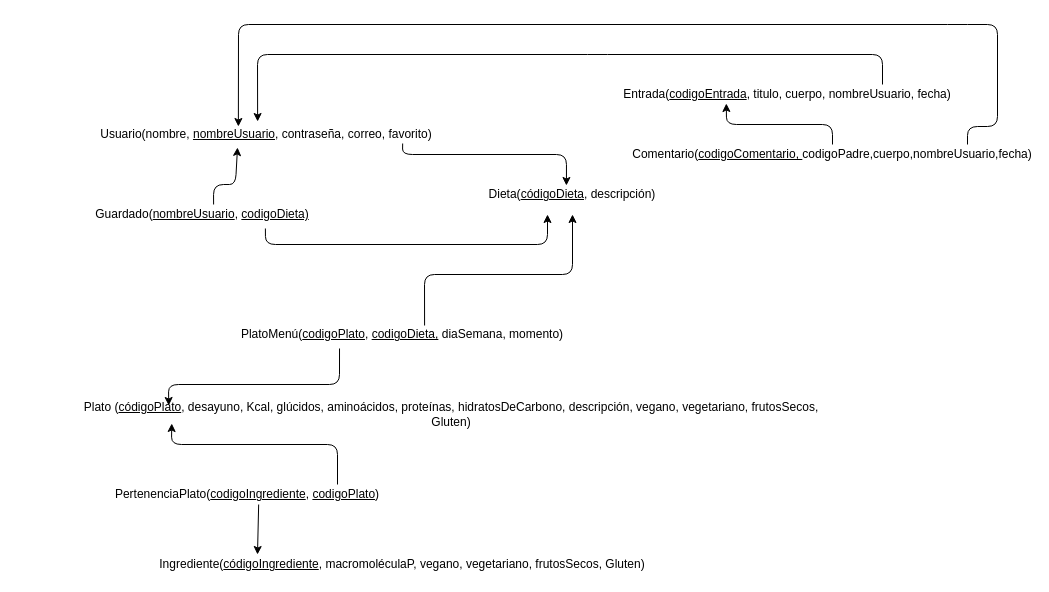
Earlier version of the draw.io diagram diagramaRelacional.drawio (HylianPablo/SSW2020). Source tidied: cells renumbered, new cells numbered last; positions are measured from the earlier drawing's top-left corner, leaving out a move shared by most shapes. Both pictures are drawn from the tidied source at 100%, with x=0, y=0 at pixel (17, 24).
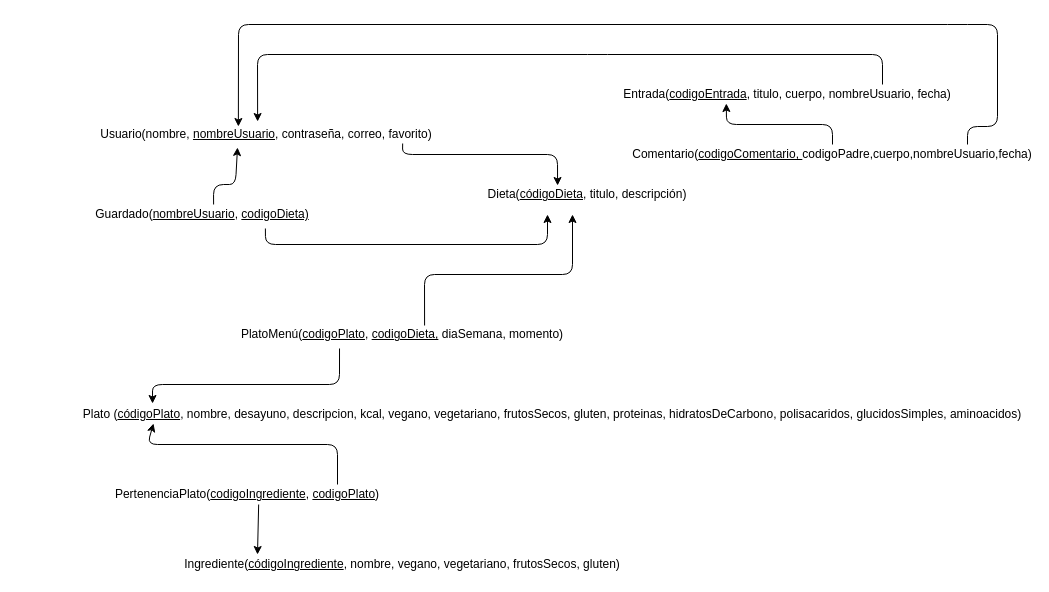
The same page after the edit.

The change refers to these unchanged cells:
```xml
<mxCell id="2" value="Usuario(nombre, &lt;u&gt;nombreUsuario&lt;/u&gt;, contraseña, correo, favorito)" style="text;html=1;strokeColor=none;fillColor=none;align=center;verticalAlign=middle;whiteSpace=wrap;rounded=0;" parent="1" vertex="1">
  <mxGeometry x="64" y="100" width="370" height="20" as="geometry" />
</mxCell>
<mxCell id="7" value="PertenenciaPlato(&lt;u&gt;codigoIngrediente&lt;/u&gt;, &lt;u&gt;codigoPlato&lt;/u&gt;)" style="text;html=1;strokeColor=none;fillColor=none;align=center;verticalAlign=middle;whiteSpace=wrap;rounded=0;" parent="1" vertex="1">
  <mxGeometry x="50" y="460" width="360" height="20" as="geometry" />
</mxCell>
<mxCell id="8" value="PlatoMenú(&lt;u&gt;codigoPlato&lt;/u&gt;, &lt;u&gt;codigoDieta,&lt;/u&gt;&amp;nbsp;diaSemana, momento)" style="text;html=1;strokeColor=none;fillColor=none;align=center;verticalAlign=middle;whiteSpace=wrap;rounded=0;" parent="1" vertex="1">
  <mxGeometry x="150" y="300" width="470" height="20" as="geometry" />
</mxCell>
```

Change to the diagram source:
```diff
@@
-    <mxCell id="3" value="Plato (&lt;u&gt;códigoPlato&lt;/u&gt;, desayuno, Kcal, glúcidos, aminoácidos, proteínas, hidratosDeCarbono, descripción, vegano, vegetariano, frutosSecos, Gluten)" style="text;html=1;strokeColor=none;fillColor=none;align=center;verticalAlign=middle;whiteSpace=wrap;rounded=0;" parent="1" vertex="1">
-      <mxGeometry x="59" y="380" width="750" height="20" as="geometry" />
+    <mxCell id="3" value="Plato (&lt;u&gt;códigoPlato&lt;/u&gt;, nombre, desayuno, descripcion, kcal, vegano, vegetariano, frutosSecos, gluten, proteinas, hidratosDeCarbono, polisacaridos, glucidosSimples, aminoacidos)" style="text;html=1;strokeColor=none;fillColor=none;align=center;verticalAlign=middle;whiteSpace=wrap;rounded=0;" parent="1" vertex="1">
+      <mxGeometry x="60" y="380" width="950" height="20" as="geometry" />
     </mxCell>
-    <mxCell id="4" value="Ingrediente(&lt;u&gt;códigoIngrediente&lt;/u&gt;, macromoléculaP, vegano, vegetariano, frutosSecos, Gluten)" style="text;html=1;strokeColor=none;fillColor=none;align=center;verticalAlign=middle;whiteSpace=wrap;rounded=0;" parent="1" vertex="1">
+    <mxCell id="4" value="Ingrediente(&lt;u&gt;códigoIngrediente&lt;/u&gt;, nombre, vegano, vegetariano, frutosSecos, gluten)" style="text;html=1;strokeColor=none;fillColor=none;align=center;verticalAlign=middle;whiteSpace=wrap;rounded=0;" parent="1" vertex="1">
       <mxGeometry x="95" y="530" width="580" height="20" as="geometry" />
     </mxCell>
-    <mxCell id="5" value="Dieta(&lt;u&gt;códigoDieta&lt;/u&gt;, descripción)" style="text;html=1;strokeColor=none;fillColor=none;align=center;verticalAlign=middle;whiteSpace=wrap;rounded=0;" parent="1" vertex="1">
-      <mxGeometry x="460" y="160" width="190" height="20" as="geometry" />
+    <mxCell id="5" value="Dieta(&lt;u&gt;códigoDieta&lt;/u&gt;, titulo, descripción)" style="text;html=1;strokeColor=none;fillColor=none;align=center;verticalAlign=middle;whiteSpace=wrap;rounded=0;" parent="1" vertex="1">
+      <mxGeometry x="460" y="160" width="220" height="20" as="geometry" />
     </mxCell>
@@
-    <mxCell id="11" style="endArrow=classic;html=1;entryX=0.123;entryY=0.05;entryDx=0;entryDy=0;entryPerimeter=0;exitX=0.366;exitY=1.2;exitDx=0;exitDy=0;exitPerimeter=0;" parent="1" edge="1" source="8" target="3">
+    <mxCell id="11" style="endArrow=classic;html=1;entryX=0.079;entryY=-0.05;entryDx=0;entryDy=0;entryPerimeter=0;exitX=0.366;exitY=1.2;exitDx=0;exitDy=0;exitPerimeter=0;" parent="1" edge="1" source="8" target="3">
       <mxGeometry relative="1" as="geometry">
         <Array as="points">
           <mxPoint x="322" y="360" />
-          <mxPoint x="151" y="360" />
+          <mxPoint x="135" y="360" />
         </Array>
       </mxGeometry>
     </mxCell>
@@
-    <mxCell id="13" style="endArrow=classic;html=1;entryX=0.127;entryY=0.95;entryDx=0;entryDy=0;entryPerimeter=0;exitX=0.75;exitY=0;exitDx=0;exitDy=0;" parent="1" edge="1" source="7" target="3">
+    <mxCell id="13" style="endArrow=classic;html=1;entryX=0.08;entryY=0.95;entryDx=0;entryDy=0;entryPerimeter=0;exitX=0.75;exitY=0;exitDx=0;exitDy=0;" parent="1" edge="1" source="7" target="3">
       <mxGeometry relative="1" as="geometry">
         <Array as="points">
           <mxPoint x="320" y="420" />
-          <mxPoint x="154" y="420" />
+          <mxPoint x="130" y="420" />
         </Array>
       </mxGeometry>
     </mxCell>
@@
-    <mxCell id="15" style="endArrow=classic;html=1;exitX=0.868;exitY=0.95;exitDx=0;exitDy=0;exitPerimeter=0;entryX=0.468;entryY=0.05;entryDx=0;entryDy=0;entryPerimeter=0;" parent="1" edge="1" source="2" target="5">
+    <mxCell id="15" style="endArrow=classic;html=1;exitX=0.868;exitY=0.95;exitDx=0;exitDy=0;exitPerimeter=0;entryX=0.364;entryY=0.05;entryDx=0;entryDy=0;entryPerimeter=0;" parent="1" edge="1" source="2" target="5">
       <mxGeometry relative="1" as="geometry">
         <Array as="points">
           <mxPoint x="385" y="130" />
-          <mxPoint x="549" y="130" />
+          <mxPoint x="540" y="130" />
         </Array>
       </mxGeometry>
     </mxCell>
```
